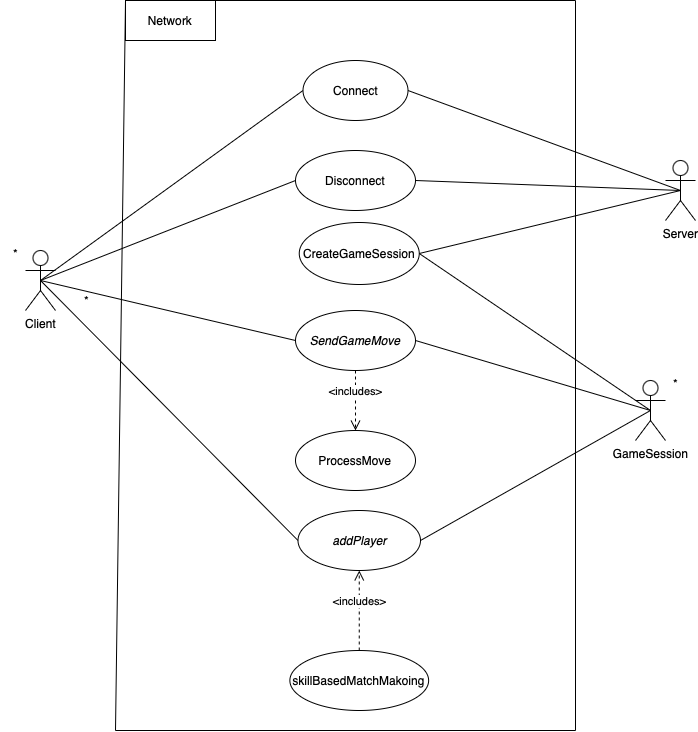
Before: docs/diagrams/NetworkingUseCaseDiagram.png, a diagram exported from draw.io (marinara782/OMG-Multiplayer-Project). Source tidied: cells renumbered, new cells last; positions are measured from the earlier drawing's top-left corner, leaving out a move shared by most shapes. The source it was exported from:
```xml
<mxGraphModel background="#ffffff">
  <root>
    <mxCell id="0" />
    <mxCell id="1" parent="0" />
    <mxCell id="2" value="Client" style="shape=umlActor;verticalLabelPosition=bottom;verticalAlign=top;html=1;outlineConnect=0;" parent="1" vertex="1">
      <mxGeometry x="25" y="250" width="30" height="60" as="geometry" />
    </mxCell>
    <mxCell id="3" value="Server" style="shape=umlActor;verticalLabelPosition=bottom;verticalAlign=top;html=1;outlineConnect=0;" parent="1" vertex="1">
      <mxGeometry x="665" y="160" width="30" height="60" as="geometry" />
    </mxCell>
    <mxCell id="4" value="GameSession" style="shape=umlActor;verticalLabelPosition=bottom;verticalAlign=top;html=1;outlineConnect=0;" parent="1" vertex="1">
      <mxGeometry x="635" y="380" width="30" height="60" as="geometry" />
    </mxCell>
    <mxCell id="5" value="Connect" style="ellipse;whiteSpace=wrap;html=1;" parent="1" vertex="1">
      <mxGeometry x="302.5" y="60" width="105" height="60" as="geometry" />
    </mxCell>
    <mxCell id="6" value="Disconnect" style="ellipse;whiteSpace=wrap;html=1;" parent="1" vertex="1">
      <mxGeometry x="295" y="150" width="120" height="60" as="geometry" />
    </mxCell>
    <mxCell id="7" style="endArrow=none;html=1;rounded=0;exitX=0.5;exitY=0.5;exitDx=0;exitDy=0;exitPerimeter=0;entryX=0;entryY=0.5;entryDx=0;entryDy=0;" parent="1" edge="1" source="2" target="5">
      <mxGeometry relative="1" as="geometry" />
    </mxCell>
    <mxCell id="8" style="endArrow=none;html=1;rounded=0;exitX=0.5;exitY=0.5;exitDx=0;exitDy=0;exitPerimeter=0;entryX=0;entryY=0.5;entryDx=0;entryDy=0;" parent="1" edge="1" source="2" target="6">
      <mxGeometry relative="1" as="geometry" />
    </mxCell>
    <mxCell id="9" style="endArrow=none;html=1;rounded=0;entryX=1;entryY=0.5;entryDx=0;entryDy=0;exitX=0.5;exitY=0.5;exitDx=0;exitDy=0;exitPerimeter=0;" parent="1" edge="1" source="3" target="5">
      <mxGeometry relative="1" as="geometry" />
    </mxCell>
    <mxCell id="10" style="endArrow=none;html=1;rounded=0;exitX=1;exitY=0.5;exitDx=0;exitDy=0;entryX=0.5;entryY=0.5;entryDx=0;entryDy=0;entryPerimeter=0;" parent="1" edge="1" source="6" target="3">
      <mxGeometry relative="1" as="geometry" />
    </mxCell>
    <mxCell id="11" value="&lt;i&gt;SendGameMove&lt;/i&gt;" style="ellipse;whiteSpace=wrap;html=1;" parent="1" vertex="1">
      <mxGeometry x="295" y="310" width="120" height="60" as="geometry" />
    </mxCell>
    <mxCell id="12" style="endArrow=none;html=1;rounded=0;exitX=0.5;exitY=0.5;exitDx=0;exitDy=0;exitPerimeter=0;entryX=0;entryY=0.5;entryDx=0;entryDy=0;" parent="1" edge="1" source="2" target="11">
      <mxGeometry relative="1" as="geometry" />
    </mxCell>
    <mxCell id="13" value="*" style="edgeLabel;html=1;align=center;verticalAlign=middle;fontSize=12;" parent="12" vertex="1">
      <mxGeometry x="-0.71" relative="1" as="geometry">
        <mxPoint x="9" y="11" as="offset" />
      </mxGeometry>
    </mxCell>
    <mxCell id="14" style="endArrow=none;html=1;rounded=0;entryX=1;entryY=0.5;entryDx=0;entryDy=0;exitX=0.5;exitY=0.5;exitDx=0;exitDy=0;exitPerimeter=0;" parent="1" edge="1" source="4" target="11">
      <mxGeometry relative="1" as="geometry" />
    </mxCell>
    <mxCell id="15" value="CreateGameSession" style="ellipse;whiteSpace=wrap;html=1;" parent="1" vertex="1">
      <mxGeometry x="298.8" y="222" width="120" height="62" as="geometry" />
    </mxCell>
    <mxCell id="16" style="endArrow=none;html=1;rounded=0;entryX=0.5;entryY=0.5;entryDx=0;entryDy=0;entryPerimeter=0;exitX=1;exitY=0.5;exitDx=0;exitDy=0;" parent="1" edge="1" source="15" target="3">
      <mxGeometry relative="1" as="geometry" />
    </mxCell>
    <mxCell id="17" style="endArrow=none;html=1;rounded=0;entryX=1;entryY=0.5;entryDx=0;entryDy=0;exitX=0.5;exitY=0.5;exitDx=0;exitDy=0;exitPerimeter=0;" parent="1" edge="1" source="4" target="15">
      <mxGeometry relative="1" as="geometry" />
    </mxCell>
    <mxCell id="18" value="*" style="text;html=1;align=center;verticalAlign=middle;strokeColor=none;fillColor=none;" parent="1" vertex="1">
      <mxGeometry y="238" width="30" height="30" as="geometry" />
    </mxCell>
    <mxCell id="19" value="*" style="text;html=1;align=center;verticalAlign=middle;strokeColor=none;fillColor=none;" parent="1" vertex="1">
      <mxGeometry x="660" y="368" width="30" height="30" as="geometry" />
    </mxCell>
    <mxCell id="20" value="&lt;i&gt;addPlayer&lt;/i&gt;" style="ellipse;whiteSpace=wrap;html=1;" parent="1" vertex="1">
      <mxGeometry x="297.5" y="510" width="122.5" height="60" as="geometry" />
    </mxCell>
    <mxCell id="21" style="endArrow=none;html=1;rounded=0;entryX=0.5;entryY=0.5;entryDx=0;entryDy=0;entryPerimeter=0;exitX=1;exitY=0.5;exitDx=0;exitDy=0;" parent="1" edge="1" source="20" target="4">
      <mxGeometry relative="1" as="geometry" />
    </mxCell>
    <mxCell id="22" style="endArrow=none;html=1;rounded=0;entryX=0.5;entryY=0.5;entryDx=0;entryDy=0;entryPerimeter=0;exitX=0;exitY=0.5;exitDx=0;exitDy=0;" parent="1" edge="1" source="20" target="2">
      <mxGeometry relative="1" as="geometry" />
    </mxCell>
    <mxCell id="23" value="skillBasedMatchMakoing" style="ellipse;whiteSpace=wrap;html=1;" parent="1" vertex="1">
      <mxGeometry x="289.4" y="650" width="138.8" height="60" as="geometry" />
    </mxCell>
    <mxCell id="24" value="ProcessMove" style="ellipse;whiteSpace=wrap;html=1;" parent="1" vertex="1">
      <mxGeometry x="295" y="430" width="120" height="60" as="geometry" />
    </mxCell>
    <mxCell id="25" value="&amp;lt;includes&amp;gt;" style="html=1;verticalAlign=bottom;endArrow=open;dashed=1;endSize=8;curved=0;rounded=0;exitX=0.5;exitY=1;exitDx=0;exitDy=0;entryX=0.5;entryY=0;entryDx=0;entryDy=0;" parent="1" edge="1" source="11" target="24">
      <mxGeometry relative="1" as="geometry" />
    </mxCell>
    <mxCell id="26" style="endArrow=none;html=1;rounded=0;" parent="1" edge="1">
      <mxGeometry relative="1" as="geometry">
        <mxPoint x="115" y="730" as="sourcePoint" />
        <mxPoint x="125" as="targetPoint" />
      </mxGeometry>
    </mxCell>
    <mxCell id="27" style="endArrow=none;html=1;rounded=0;" parent="1" edge="1">
      <mxGeometry relative="1" as="geometry">
        <mxPoint x="125" as="sourcePoint" />
        <mxPoint x="575" as="targetPoint" />
      </mxGeometry>
    </mxCell>
    <mxCell id="28" style="endArrow=none;html=1;rounded=0;" parent="1" edge="1">
      <mxGeometry relative="1" as="geometry">
        <mxPoint x="115" y="730" as="sourcePoint" />
        <mxPoint x="575" y="730" as="targetPoint" />
      </mxGeometry>
    </mxCell>
    <mxCell id="29" style="endArrow=none;html=1;rounded=0;" parent="1" edge="1">
      <mxGeometry relative="1" as="geometry">
        <mxPoint x="575" y="730" as="sourcePoint" />
        <mxPoint x="575" as="targetPoint" />
      </mxGeometry>
    </mxCell>
    <mxCell id="30" value="Network" style="rounded=0;whiteSpace=wrap;html=1;" parent="1" vertex="1">
      <mxGeometry x="125" width="90" height="40" as="geometry" />
    </mxCell>
    <mxCell id="31" value="&amp;lt;includes&amp;gt;" style="html=1;verticalAlign=bottom;endArrow=open;dashed=1;endSize=8;curved=0;rounded=0;entryX=0.5;entryY=1;entryDx=0;entryDy=0;exitX=0.5;exitY=0;exitDx=0;exitDy=0;" parent="1" edge="1" source="23" target="20">
      <mxGeometry relative="1" as="geometry" />
    </mxCell>
  </root>
</mxGraphModel>
```
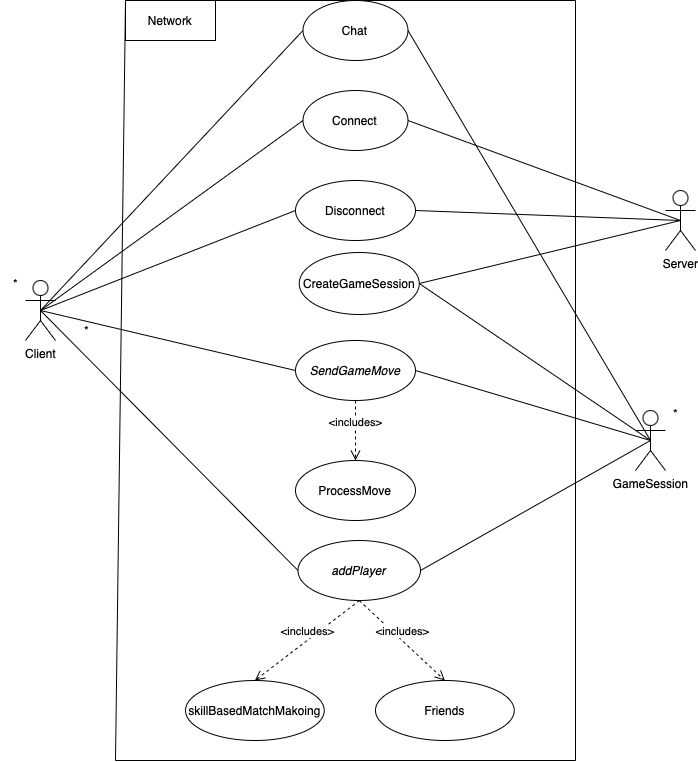
After the commit.

Commit message:
networking Use Case diagram updated

What changed in the source:
```diff
@@ -68,7 +68,7 @@
       <mxGeometry relative="1" as="geometry" />
     </mxCell>
     <mxCell id="23" value="skillBasedMatchMakoing" style="ellipse;whiteSpace=wrap;html=1;" parent="1" vertex="1">
-      <mxGeometry x="289.4" y="650" width="138.8" height="60" as="geometry" />
+      <mxGeometry x="185" y="650" width="138.8" height="60" as="geometry" />
     </mxCell>
     <mxCell id="24" value="ProcessMove" style="ellipse;whiteSpace=wrap;html=1;" parent="1" vertex="1">
       <mxGeometry x="295" y="430" width="120" height="60" as="geometry" />
@@ -79,13 +79,13 @@
     <mxCell id="26" style="endArrow=none;html=1;rounded=0;" parent="1" edge="1">
       <mxGeometry relative="1" as="geometry">
         <mxPoint x="115" y="730" as="sourcePoint" />
-        <mxPoint x="125" as="targetPoint" />
+        <mxPoint x="125" y="-30" as="targetPoint" />
       </mxGeometry>
     </mxCell>
     <mxCell id="27" style="endArrow=none;html=1;rounded=0;" parent="1" edge="1">
       <mxGeometry relative="1" as="geometry">
-        <mxPoint x="125" as="sourcePoint" />
-        <mxPoint x="575" as="targetPoint" />
+        <mxPoint x="125" y="-30" as="sourcePoint" />
+        <mxPoint x="575" y="-30" as="targetPoint" />
       </mxGeometry>
     </mxCell>
     <mxCell id="28" style="endArrow=none;html=1;rounded=0;" parent="1" edge="1">
@@ -97,14 +97,31 @@
     <mxCell id="29" style="endArrow=none;html=1;rounded=0;" parent="1" edge="1">
       <mxGeometry relative="1" as="geometry">
         <mxPoint x="575" y="730" as="sourcePoint" />
-        <mxPoint x="575" as="targetPoint" />
+        <mxPoint x="575" y="-30" as="targetPoint" />
       </mxGeometry>
     </mxCell>
     <mxCell id="30" value="Network" style="rounded=0;whiteSpace=wrap;html=1;" parent="1" vertex="1">
-      <mxGeometry x="125" width="90" height="40" as="geometry" />
+      <mxGeometry x="125" y="-30" width="90" height="40" as="geometry" />
     </mxCell>
-    <mxCell id="31" value="&amp;lt;includes&amp;gt;" style="html=1;verticalAlign=bottom;endArrow=open;dashed=1;endSize=8;curved=0;rounded=0;entryX=0.5;entryY=1;entryDx=0;entryDy=0;exitX=0.5;exitY=0;exitDx=0;exitDy=0;" parent="1" edge="1" source="23" target="20">
-      <mxGeometry relative="1" as="geometry" />
+    <mxCell id="31" value="&amp;lt;includes&amp;gt;" style="html=1;verticalAlign=bottom;endArrow=open;dashed=1;endSize=8;curved=0;rounded=0;entryX=0.5;entryY=0;entryDx=0;entryDy=0;" parent="1" edge="1" target="23">
+      <mxGeometry relative="1" as="geometry">
+        <mxPoint x="359" y="570" as="sourcePoint" />
+      </mxGeometry>
     </mxCell>
+    <mxCell id="32" value="Friends" style="ellipse;whiteSpace=wrap;html=1;" parent="1" vertex="1">
+      <mxGeometry x="375" y="650" width="138.8" height="60" as="geometry" />
+    </mxCell>
+    <mxCell id="33" value="&amp;lt;includes&amp;gt;" style="html=1;verticalAlign=bottom;endArrow=open;dashed=1;endSize=8;curved=0;rounded=0;exitX=0.5;exitY=1;exitDx=0;exitDy=0;entryX=0.5;entryY=0;entryDx=0;entryDy=0;" parent="1" edge="1" source="20" target="32">
+      <mxGeometry relative="1" as="geometry" />
+    </mxCell>
+    <mxCell id="34" value="Chat" style="ellipse;whiteSpace=wrap;html=1;" parent="1" vertex="1">
+      <mxGeometry x="302.5" y="-30" width="105" height="60" as="geometry" />
+    </mxCell>
+    <mxCell id="35" style="endArrow=none;html=1;rounded=0;entryX=0;entryY=0.5;entryDx=0;entryDy=0;exitX=0.5;exitY=0.5;exitDx=0;exitDy=0;exitPerimeter=0;" parent="1" edge="1" source="2" target="34">
+      <mxGeometry relative="1" as="geometry" />
+    </mxCell>
+    <mxCell id="36" style="endArrow=none;html=1;rounded=0;entryX=1;entryY=0.5;entryDx=0;entryDy=0;exitX=0.5;exitY=0.5;exitDx=0;exitDy=0;exitPerimeter=0;" parent="1" edge="1" source="4" target="34">
+      <mxGeometry relative="1" as="geometry" />
+    </mxCell>
   </root>
 </mxGraphModel>
```
